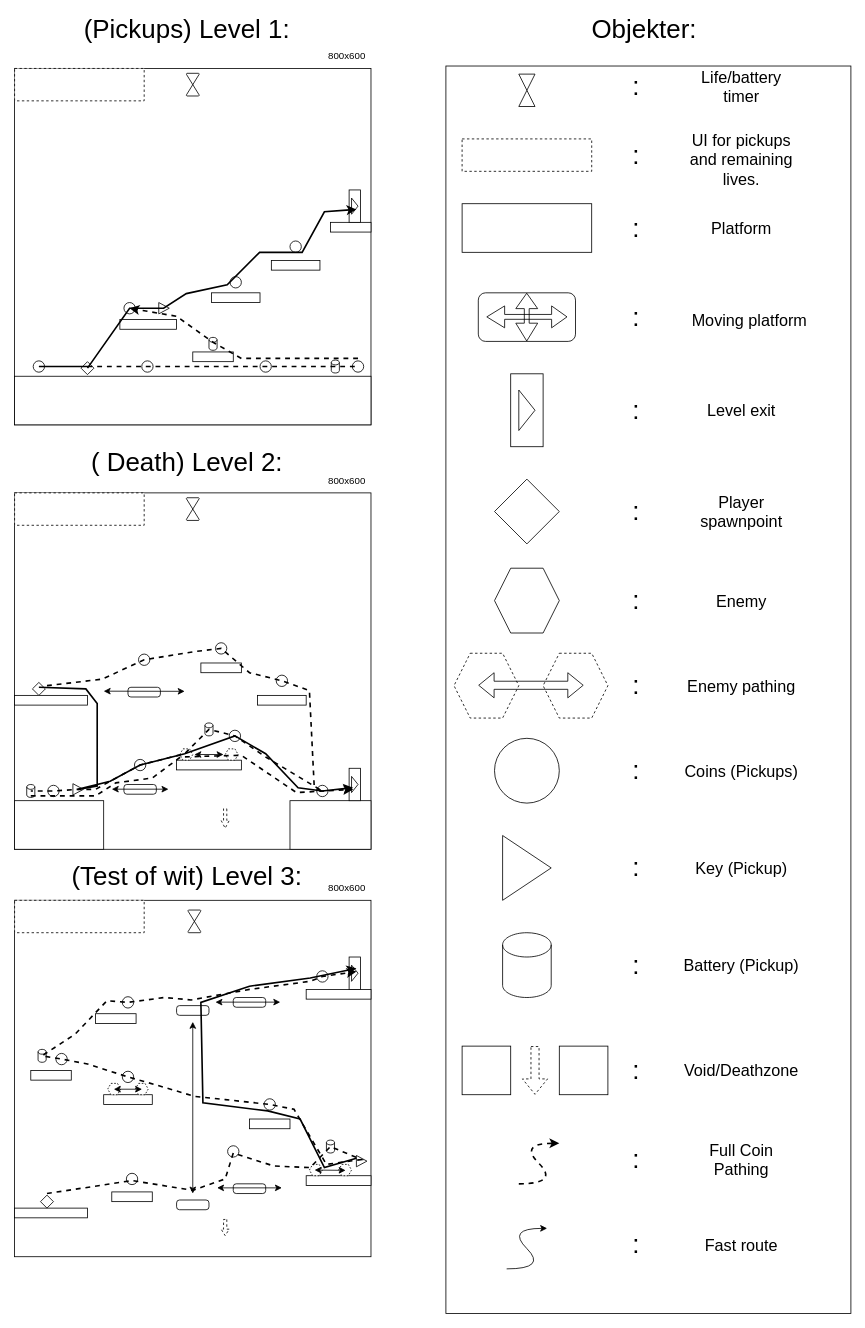
Lasse-HTX/spil keeps this draw.io diagram as Platformspillvldesign.drawio. Above is the earlier version. Source tidied: cells renumbered, new cells numbered last; positions are measured from the earlier drawing's top-left corner, leaving out a move shared by most shapes. Both pictures are drawn from the tidied source at 81%, with x=0, y=0 at pixel (15, 17).
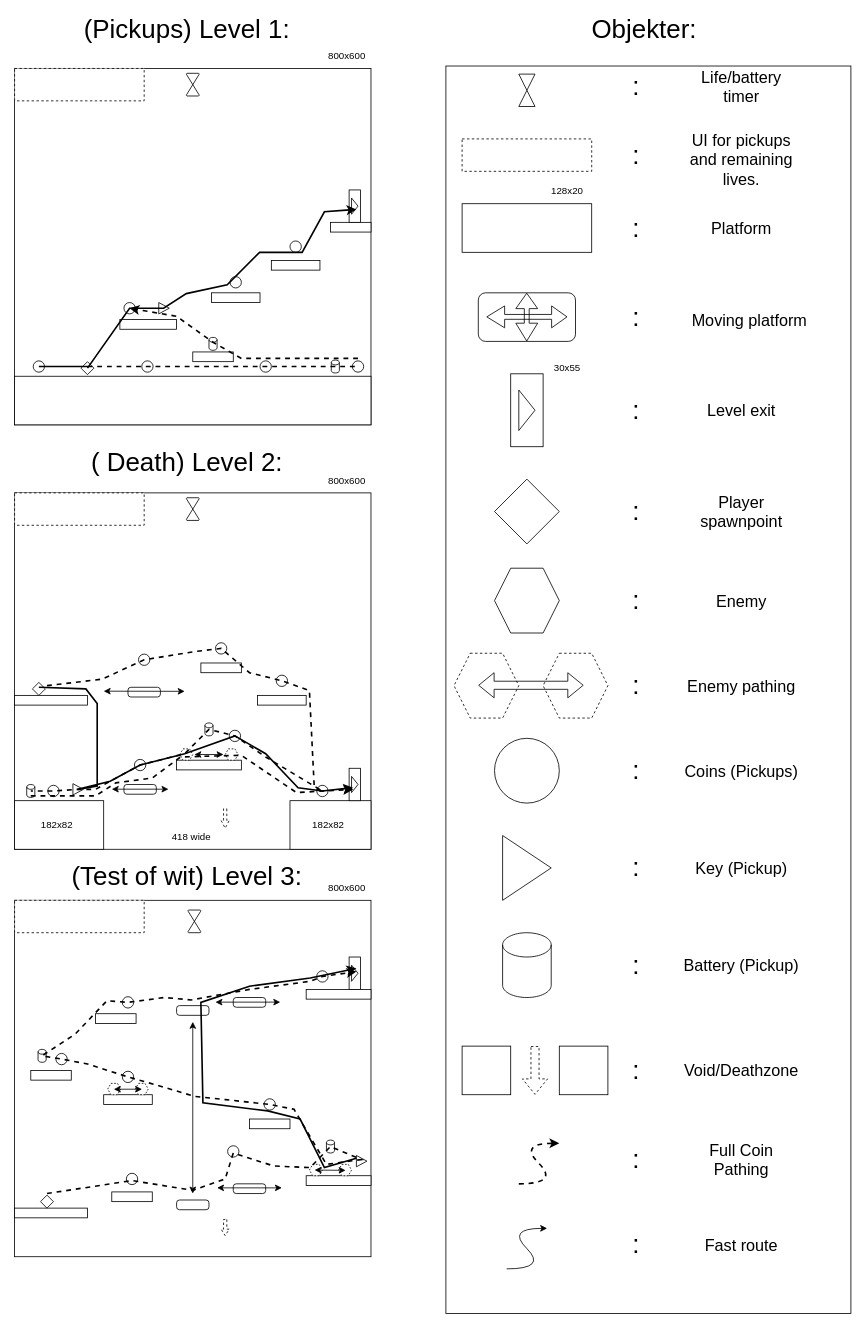
Above is the later version.

The edit, as a diff of the source:
```diff
@@
+    <mxCell id="157" value="128x20" style="text;html=1;whiteSpace=wrap;strokeColor=none;fillColor=none;align=center;verticalAlign=middle;rounded=0;" parent="1" vertex="1">
+      <mxGeometry x="652" y="200" width="60" height="30" as="geometry" />
+    </mxCell>
+    <mxCell id="158" value="182x82" style="text;html=1;whiteSpace=wrap;strokeColor=none;fillColor=none;align=center;verticalAlign=middle;rounded=0;" parent="1" vertex="1">
+      <mxGeometry x="356.5" y="982" width="60" height="30" as="geometry" />
+    </mxCell>
+    <mxCell id="159" value="182x82" style="text;html=1;whiteSpace=wrap;strokeColor=none;fillColor=none;align=center;verticalAlign=middle;rounded=0;" parent="1" vertex="1">
+      <mxGeometry x="21.5" y="982" width="60" height="30" as="geometry" />
+    </mxCell>
+    <mxCell id="160" value="418 wide" style="text;html=1;whiteSpace=wrap;strokeColor=none;fillColor=none;align=center;verticalAlign=middle;rounded=0;" parent="1" vertex="1">
+      <mxGeometry x="187.5" y="997" width="60" height="30" as="geometry" />
+    </mxCell>
+    <mxCell id="161" value="30x55" style="text;html=1;whiteSpace=wrap;strokeColor=none;fillColor=none;align=center;verticalAlign=middle;rounded=0;" parent="1" vertex="1">
+      <mxGeometry x="652" y="418" width="60" height="30" as="geometry" />
+    </mxCell>
```
